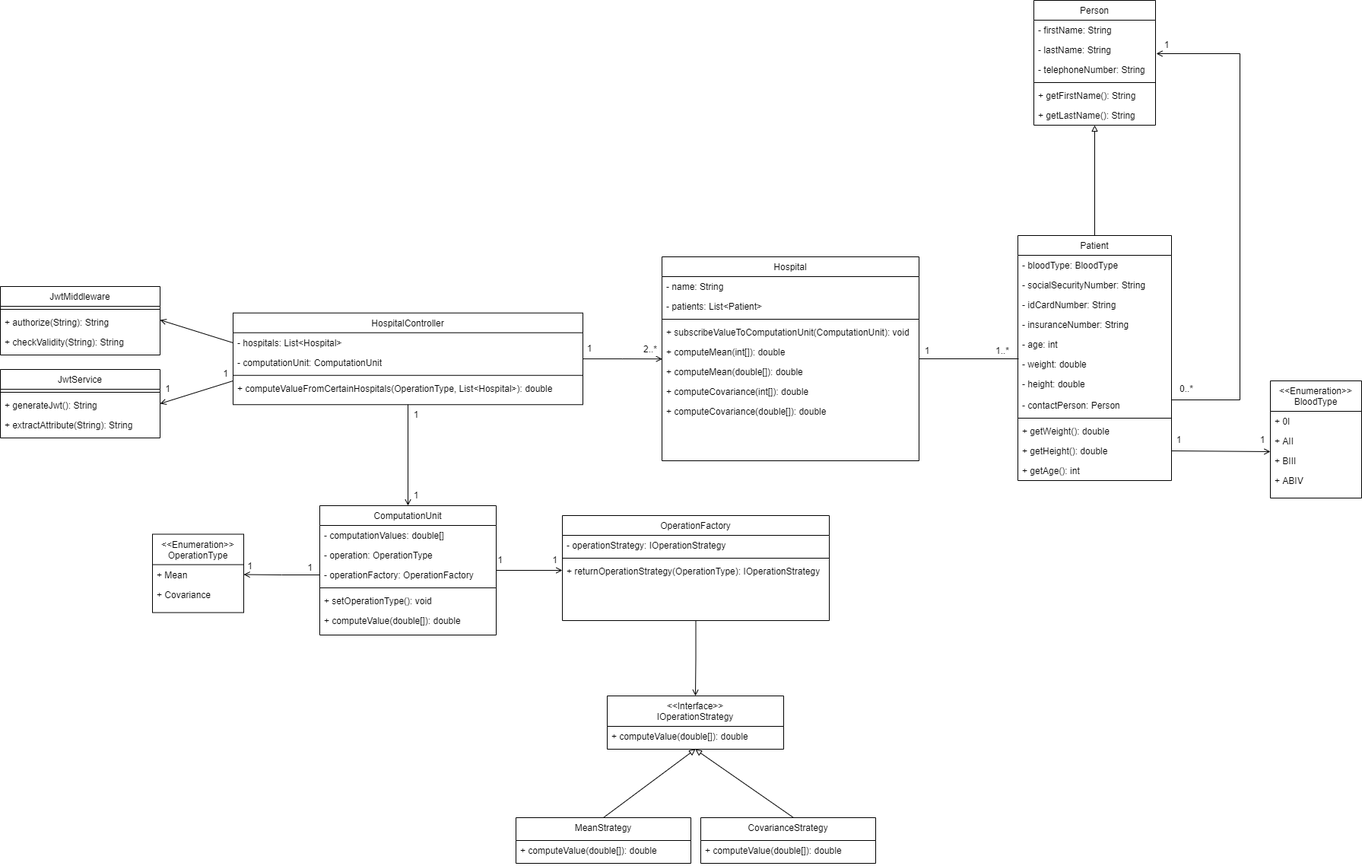
Above: docs/UML/StatisticServiceClassDiagram.png in RobertFrentz/ASET---Private-Statistics (draw.io), before the change. Source tidied: cells renumbered, new cells last; positions are measured from the earlier drawing's top-left corner, leaving out a move shared by most shapes.
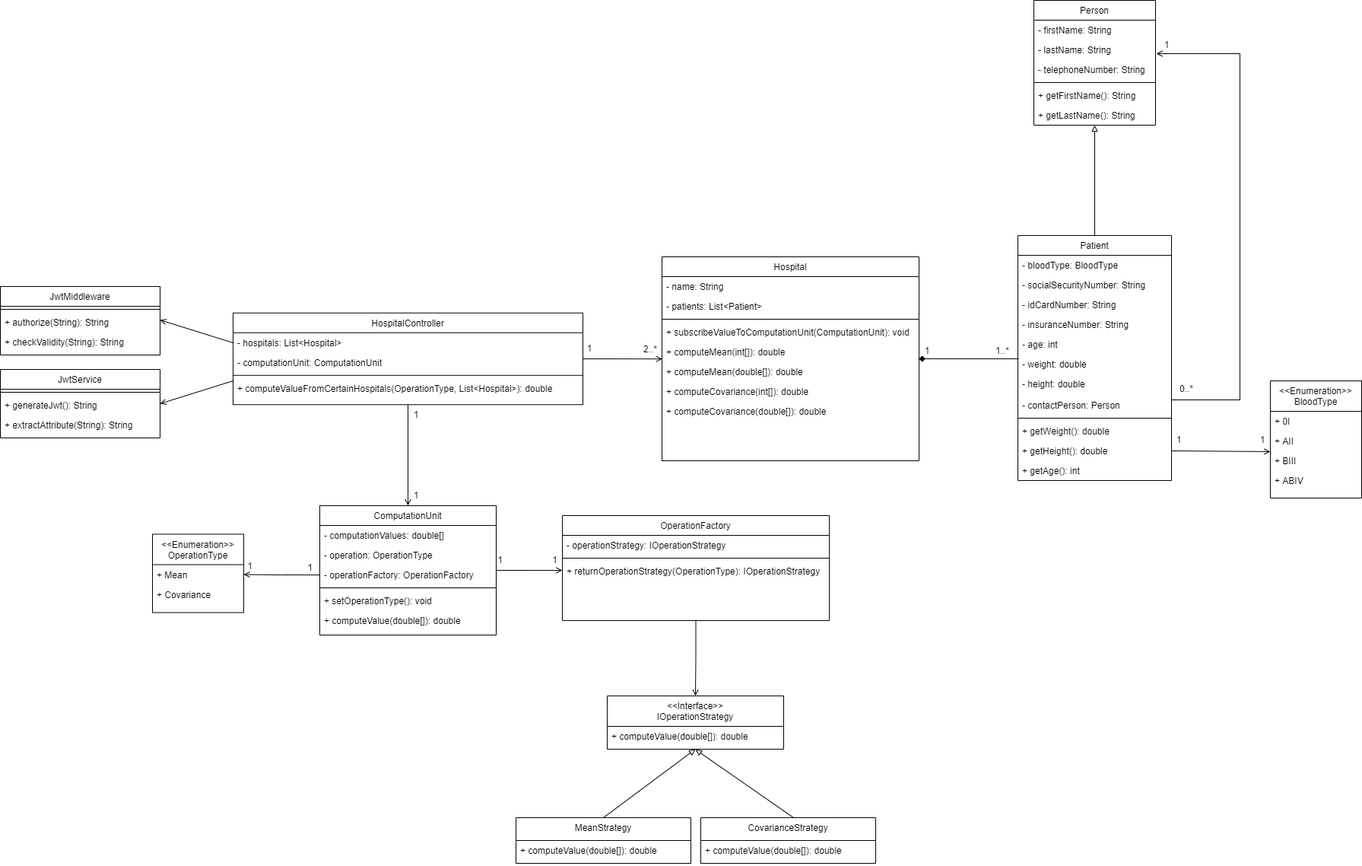
Above is the later version.

Commit message:
Update Class Diagrams

What changed in the source:
```diff
@@ -2,7 +2,7 @@
   <root>
     <mxCell id="0" />
     <mxCell id="1" parent="0" />
-    <mxCell id="2" style="edgeStyle=orthogonalEdgeStyle;rounded=0;jettySize=auto;html=1;entryX=0.005;entryY=0.231;entryDx=0;entryDy=0;entryPerimeter=0;endArrow=none;endFill=0;" parent="1" edge="1" source="3" target="20">
+    <mxCell id="2" style="edgeStyle=orthogonalEdgeStyle;rounded=0;jettySize=auto;html=1;entryX=0.005;entryY=0.231;entryDx=0;entryDy=0;entryPerimeter=0;endArrow=none;endFill=0;startArrow=diamond;startFill=1;" parent="1" edge="1" source="3" target="20">
       <mxGeometry relative="1" as="geometry" />
     </mxCell>
     <mxCell id="3" value="Hospital" style="swimlane;fontStyle=0;align=center;verticalAlign=top;horizontal=1;startSize=26;rounded=0;shadow=0;strokeWidth=1;" parent="1" vertex="1">
@@ -305,11 +305,5 @@
     <mxCell id="95" value="+ extractAttribute(String): String" style="text;align=left;verticalAlign=top;spacingLeft=4;spacingRight=4;overflow=hidden;" parent="92" vertex="1">
       <mxGeometry y="60" width="210" height="26" as="geometry" />
     </mxCell>
-    <mxCell id="96" value="1" style="text;html=1;align=center;verticalAlign=middle;strokeColor=none;fillColor=none;" parent="1" vertex="1">
-      <mxGeometry x="286" y="480" width="20" height="20" as="geometry" />
-    </mxCell>
-    <mxCell id="97" value="1" style="text;html=1;align=center;verticalAlign=middle;strokeColor=none;fillColor=none;" parent="1" vertex="1">
-      <mxGeometry x="210" y="500" width="20" height="20" as="geometry" />
-    </mxCell>
   </root>
 </mxGraphModel>
```
